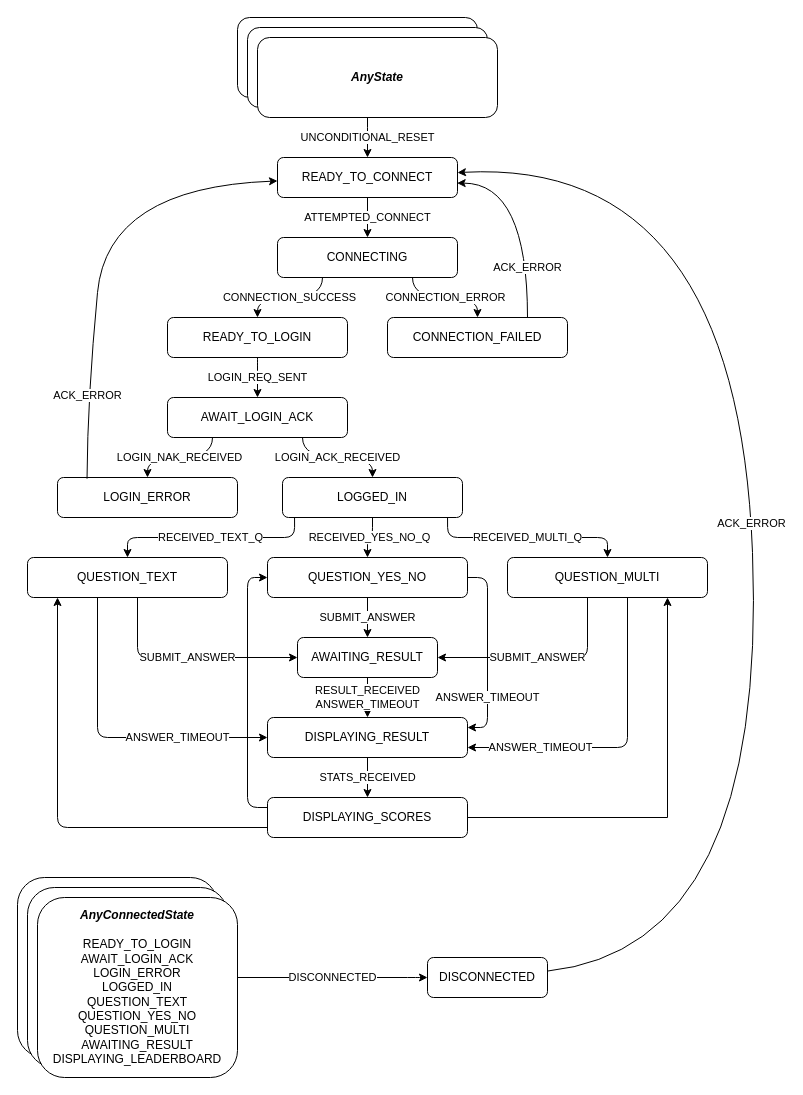
melektron/alpha keeps this draw.io diagram as alpha_web_client/src/stores/kayeet_states.drawio. Above is the earlier version. Source tidied: cells renumbered, new cells numbered last; positions are measured from the earlier drawing's top-left corner, leaving out a move shared by most shapes. Both pictures are drawn from the tidied source at 100%, with x=0, y=0 at pixel (17, 17).
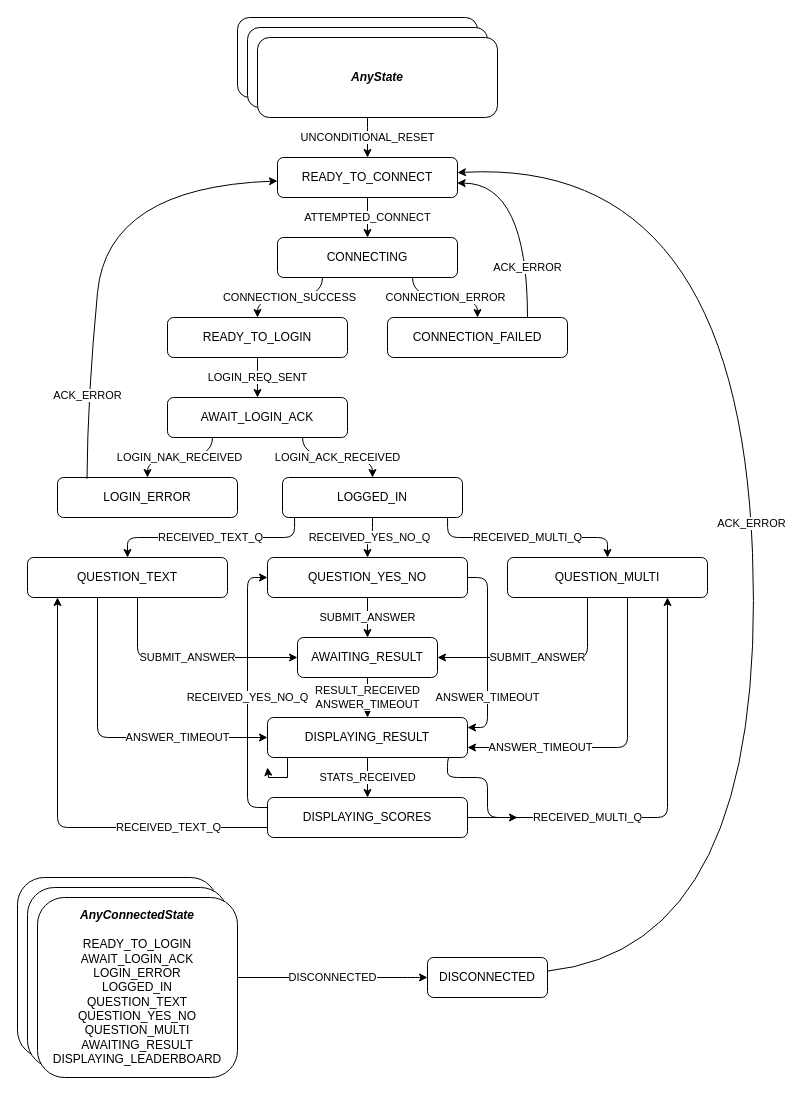
Above is the later version.

The change refers to these unchanged cells:
```xml
<mxCell id="24" value="QUESTION_TEXT" style="rounded=1;whiteSpace=wrap;html=1;" parent="1" vertex="1">
  <mxGeometry x="10" y="540" width="200" height="40" as="geometry" />
</mxCell>
<mxCell id="27" value="QUESTION_YES_NO" style="rounded=1;whiteSpace=wrap;html=1;" parent="1" vertex="1">
  <mxGeometry x="250" y="540" width="200" height="40" as="geometry" />
</mxCell>
<mxCell id="30" value="QUESTION_MULTI" style="rounded=1;whiteSpace=wrap;html=1;" parent="1" vertex="1">
  <mxGeometry x="490" y="540" width="200" height="40" as="geometry" />
</mxCell>
<mxCell id="34" value="DISPLAYING_RESULT" style="rounded=1;whiteSpace=wrap;html=1;" parent="1" vertex="1">
  <mxGeometry x="250" y="700" width="200" height="40" as="geometry" />
</mxCell>
<mxCell id="38" value="DISPLAYING_SCORES" style="rounded=1;whiteSpace=wrap;html=1;" parent="1" vertex="1">
  <mxGeometry x="250" y="780" width="200" height="40" as="geometry" />
</mxCell>
```

Change to the diagram source:
```diff
@@
+    <mxCell id="47" style="edgeStyle=orthogonalEdgeStyle;rounded=1;jettySize=auto;html=1;exitX=0.927;exitY=0.977;exitDx=0;exitDy=0;curved=0;exitPerimeter=0;" parent="1" edge="1" source="34">
+      <mxGeometry relative="1" as="geometry">
+        <mxPoint x="500" y="800" as="targetPoint" />
+        <Array as="points">
+          <mxPoint x="430" y="739" />
+          <mxPoint x="430" y="760" />
+          <mxPoint x="470" y="760" />
+          <mxPoint x="470" y="800" />
+        </Array>
+      </mxGeometry>
+    </mxCell>
+    <mxCell id="48" style="edgeStyle=orthogonalEdgeStyle;rounded=0;jettySize=auto;html=1;" parent="1" edge="1" source="34">
+      <mxGeometry relative="1" as="geometry">
+        <mxPoint x="250" y="750" as="targetPoint" />
+        <Array as="points">
+          <mxPoint x="270" y="760" />
+          <mxPoint x="251" y="760" />
+          <mxPoint x="251" y="750" />
+        </Array>
+      </mxGeometry>
+    </mxCell>
@@
-    <mxCell id="35" style="edgeStyle=orthogonalEdgeStyle;rounded=1;jettySize=auto;html=1;curved=0;" parent="1" edge="1" source="38" target="27">
-      <mxGeometry relative="1" as="geometry">
+    <mxCell id="35" value="RECEIVED_YES_NO_Q" style="edgeStyle=orthogonalEdgeStyle;rounded=1;jettySize=auto;html=1;curved=0;" parent="1" edge="1" source="38" target="27">
+      <mxGeometry x="-0.04" relative="1" as="geometry">
         <Array as="points">
           <mxPoint x="230" y="790" />
           <mxPoint x="230" y="560" />
         </Array>
       </mxGeometry>
     </mxCell>
-    <mxCell id="36" style="edgeStyle=orthogonalEdgeStyle;rounded=1;jettySize=auto;html=1;curved=0;" parent="1" edge="1" source="38" target="24">
-      <mxGeometry relative="1" as="geometry">
+    <mxCell id="36" value="RECEIVED_TEXT_Q" style="edgeStyle=orthogonalEdgeStyle;rounded=1;jettySize=auto;html=1;curved=0;" parent="1" edge="1" source="38" target="24">
+      <mxGeometry x="-0.55" relative="1" as="geometry">
         <Array as="points">
           <mxPoint x="40" y="810" />
         </Array>
       </mxGeometry>
     </mxCell>
-    <mxCell id="37" style="edgeStyle=orthogonalEdgeStyle;rounded=0;jettySize=auto;html=1;" parent="1" edge="1" source="38" target="30">
-      <mxGeometry relative="1" as="geometry">
+    <mxCell id="37" value="RECEIVED_MULTI_Q" style="edgeStyle=orthogonalEdgeStyle;rounded=1;jettySize=auto;html=1;curved=0;" parent="1" edge="1" source="38" target="30">
+      <mxGeometry x="-0.43" relative="1" as="geometry">
         <Array as="points">
           <mxPoint x="650" y="800" />
         </Array>
       </mxGeometry>
     </mxCell>
```
